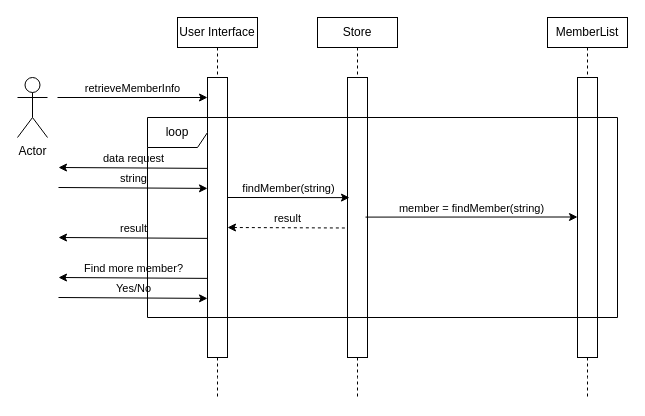
Above: Doc/Sequence Diagrams/Untitled Diagram.drawio in vinnyyo/GroupProject1 (draw.io), before the change. Source tidied: cells renumbered, new cells numbered last; positions are measured from the earlier drawing's top-left corner, leaving out a move shared by most shapes. Both pictures are drawn from the tidied source at 100%, with x=0, y=0 at pixel (17, 17).
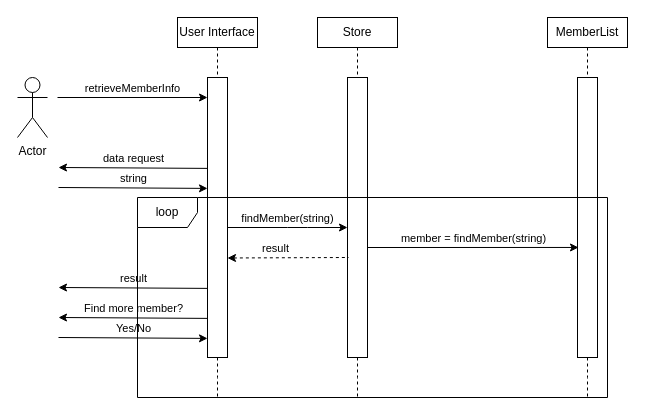
After the change.

The change refers to these unchanged cells:
```xml
<mxCell id="13" style="rounded=0;whiteSpace=wrap;html=1;" parent="1" vertex="1">
  <mxGeometry x="330" y="60" width="20" height="280" as="geometry" />
</mxCell>
<mxCell id="18" style="rounded=0;whiteSpace=wrap;html=1;" parent="1" vertex="1">
  <mxGeometry x="560" y="60" width="20" height="280" as="geometry" />
</mxCell>
```

Change to the diagram source:
```diff
@@
-    <mxCell id="14" value="findMember(string)" style="endArrow=classic;html=1;verticalAlign=bottom;entryX=0.1;entryY=0.429;entryDx=0;entryDy=0;entryPerimeter=0;" parent="1" edge="1" target="13">
+    <mxCell id="14" value="findMember(string)" style="endArrow=classic;html=1;verticalAlign=bottom;" parent="1" edge="1">
       <mxGeometry relative="1" as="geometry">
-        <mxPoint x="210" y="180" as="sourcePoint" />
+        <mxPoint x="210" y="210" as="sourcePoint" />
+        <mxPoint x="330" y="210" as="targetPoint" />
+        <Array as="points">
+          <mxPoint x="280" y="210" />
+        </Array>
       </mxGeometry>
     </mxCell>
@@
-    <mxCell id="19" value="member = findMember(string)" style="endArrow=classic;html=1;verticalAlign=bottom;" parent="1" edge="1">
+    <mxCell id="19" value="member = findMember(string)" style="endArrow=classic;html=1;verticalAlign=bottom;entryX=0.05;entryY=0.607;entryDx=0;entryDy=0;entryPerimeter=0;" parent="1" edge="1" target="18">
       <mxGeometry relative="1" as="geometry">
-        <mxPoint x="348" y="199.6" as="sourcePoint" />
-        <mxPoint x="560" y="199.5" as="targetPoint" />
+        <mxPoint x="350" y="230" as="sourcePoint" />
       </mxGeometry>
     </mxCell>
     <mxCell id="20" value="result" style="endArrow=none;html=1;verticalAlign=bottom;startArrow=classic;startFill=1;endFill=0;dashed=1;" parent="1" edge="1">
-      <mxGeometry relative="1" as="geometry">
-        <mxPoint x="210" y="210" as="sourcePoint" />
-        <mxPoint x="330" y="210.5" as="targetPoint" />
+      <mxGeometry x="-0.2" relative="1" as="geometry">
+        <mxPoint x="210" y="240.5" as="sourcePoint" />
+        <mxPoint x="331" y="240" as="targetPoint" />
       </mxGeometry>
     </mxCell>
     <mxCell id="21" value="result" style="endArrow=none;html=1;verticalAlign=bottom;entryX=-0.05;entryY=0.039;entryDx=0;entryDy=0;entryPerimeter=0;startArrow=classic;startFill=1;endFill=0;" parent="1" edge="1">
       <mxGeometry relative="1" as="geometry">
-        <mxPoint x="41" y="220" as="sourcePoint" />
-        <mxPoint x="190" y="220.9" as="targetPoint" />
+        <mxPoint x="41" y="270" as="sourcePoint" />
+        <mxPoint x="190" y="270.9" as="targetPoint" />
       </mxGeometry>
     </mxCell>
     <mxCell id="22" value="Find more member?" style="endArrow=none;html=1;verticalAlign=bottom;entryX=-0.05;entryY=0.039;entryDx=0;entryDy=0;entryPerimeter=0;startArrow=classic;startFill=1;endFill=0;" parent="1" edge="1">
       <mxGeometry relative="1" as="geometry">
-        <mxPoint x="41" y="260" as="sourcePoint" />
-        <mxPoint x="190" y="260.9" as="targetPoint" />
+        <mxPoint x="41" y="300" as="sourcePoint" />
+        <mxPoint x="190" y="300.9" as="targetPoint" />
       </mxGeometry>
     </mxCell>
     <mxCell id="23" value="Yes/No" style="endArrow=classic;html=1;verticalAlign=bottom;entryX=-0.05;entryY=0.039;entryDx=0;entryDy=0;entryPerimeter=0;" parent="1" edge="1">
       <mxGeometry relative="1" as="geometry">
-        <mxPoint x="41" y="280" as="sourcePoint" />
-        <mxPoint x="190" y="280.9" as="targetPoint" />
+        <mxPoint x="41" y="320" as="sourcePoint" />
+        <mxPoint x="190" y="320.9" as="targetPoint" />
       </mxGeometry>
     </mxCell>
     <mxCell id="24" value="loop" style="shape=umlFrame;whiteSpace=wrap;html=1;" parent="1" vertex="1">
-      <mxGeometry x="130" y="100" width="470" height="200" as="geometry" />
+      <mxGeometry x="120" y="180" width="470" height="200" as="geometry" />
     </mxCell>
```
